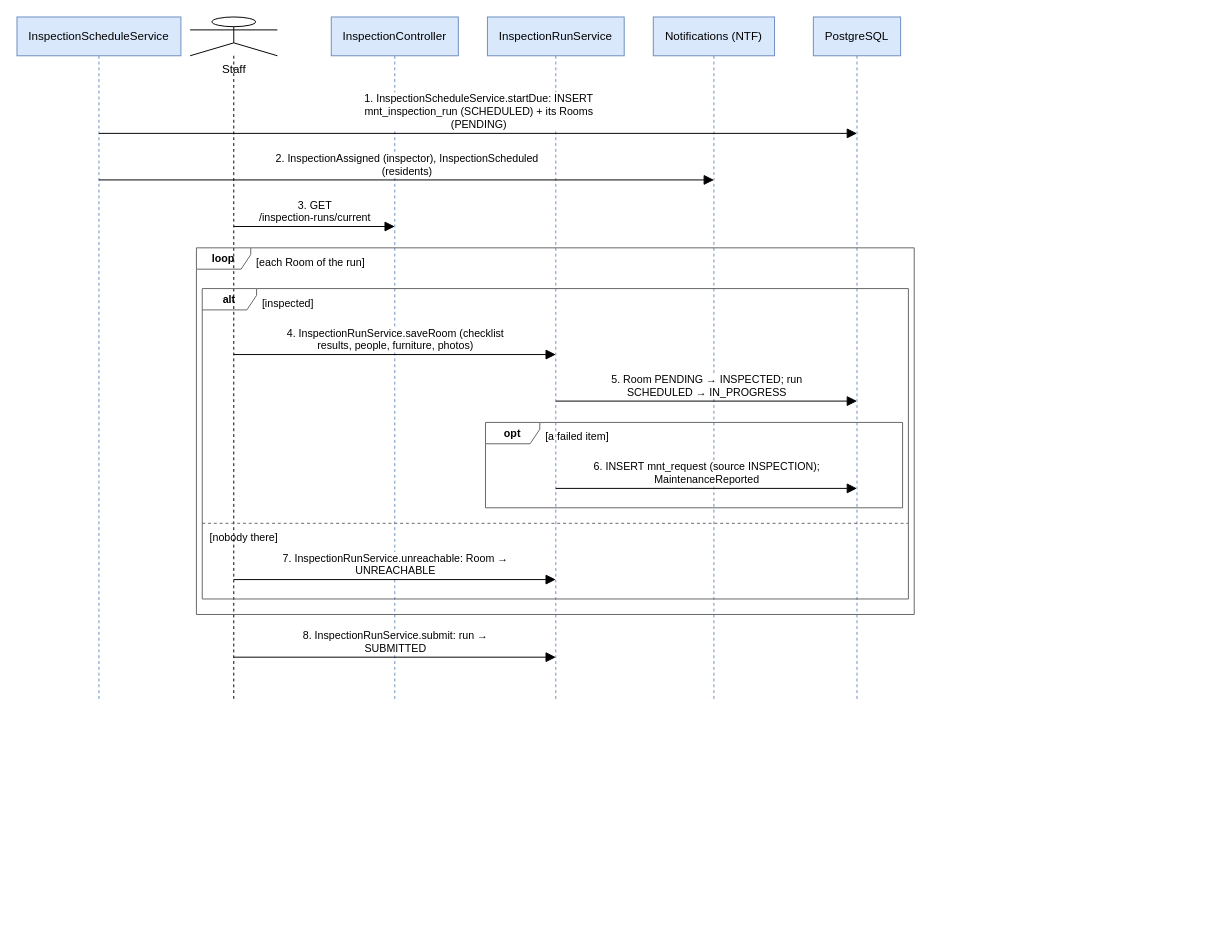
The draw.io diagram docs/Diagrams/07_Sequence/seq-10-inspection-run.drawio in tisou47/CampusStay-FPT, before the edit. Source tidied: cells renumbered, new cells numbered last; positions are measured from the earlier drawing's top-left corner, leaving out a move shared by most shapes. Both pictures are drawn from the tidied source at 97%, with x=0, y=0 at pixel (16, 16).
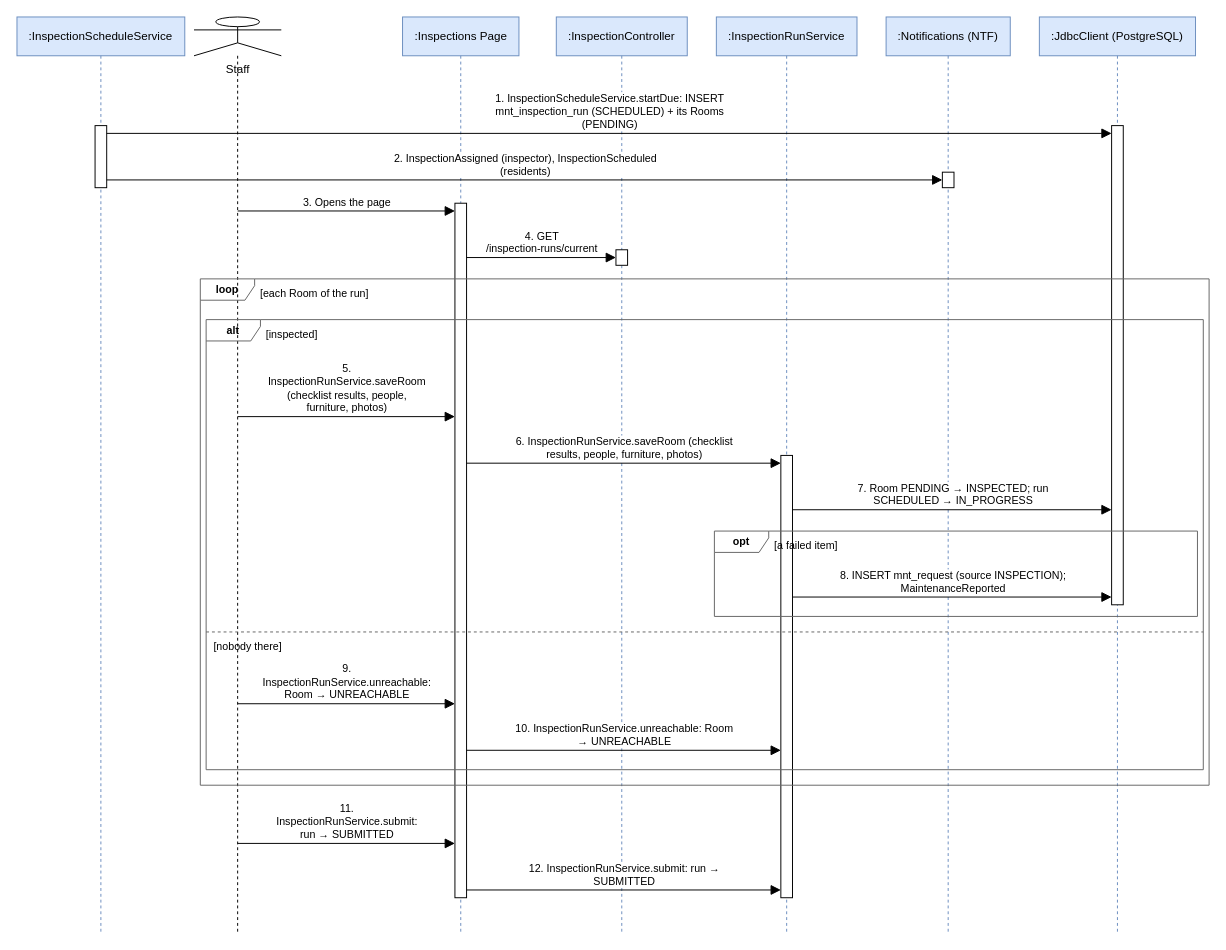
The same page after the edit.

Diff of the diagram source:
```diff
@@
-    <mxCell id="2" value="InspectionScheduleService" style="shape=umlLifeline;perimeter=lifelinePerimeter;size=40;html=1;whiteSpace=wrap;fontSize=12;fontFamily=Helvetica;fillColor=#dae8fc;strokeColor=#6c8ebf;" parent="1" vertex="1">
-      <mxGeometry width="169" height="704" as="geometry" />
+    <mxCell id="2" value=":InspectionScheduleService" style="shape=umlLifeline;perimeter=lifelinePerimeter;size=40;html=1;whiteSpace=wrap;fontSize=12;fontFamily=Helvetica;fillColor=#dae8fc;strokeColor=#6c8ebf;" parent="1" vertex="1">
+      <mxGeometry width="173" height="944" as="geometry" />
     </mxCell>
     <mxCell id="3" value="Staff" style="shape=umlLifeline;participant=umlActor;perimeter=lifelinePerimeter;size=40;verticalAlign=top;spacingTop=40;html=1;whiteSpace=wrap;fontSize=12;fontFamily=Helvetica;" parent="1" vertex="1">
-      <mxGeometry x="178.5" width="90" height="704" as="geometry" />
+      <mxGeometry x="182.5" width="90" height="944" as="geometry" />
     </mxCell>
+    <mxCell id="24" value=":Inspections Page" style="shape=umlLifeline;perimeter=lifelinePerimeter;size=40;html=1;whiteSpace=wrap;fontSize=12;fontFamily=Helvetica;fillColor=#dae8fc;strokeColor=#6c8ebf;" parent="1" vertex="1">
+      <mxGeometry x="397.5" width="120" height="944" as="geometry" />
+    </mxCell>
-    <mxCell id="4" value="InspectionController" style="shape=umlLifeline;perimeter=lifelinePerimeter;size=40;html=1;whiteSpace=wrap;fontSize=12;fontFamily=Helvetica;fillColor=#dae8fc;strokeColor=#6c8ebf;" parent="1" vertex="1">
-      <mxGeometry x="324" width="131" height="704" as="geometry" />
+    <mxCell id="4" value=":InspectionController" style="shape=umlLifeline;perimeter=lifelinePerimeter;size=40;html=1;whiteSpace=wrap;fontSize=12;fontFamily=Helvetica;fillColor=#dae8fc;strokeColor=#6c8ebf;" parent="1" vertex="1">
+      <mxGeometry x="556" width="135" height="944" as="geometry" />
     </mxCell>
-    <mxCell id="5" value="InspectionRunService" style="shape=umlLifeline;perimeter=lifelinePerimeter;size=40;html=1;whiteSpace=wrap;fontSize=12;fontFamily=Helvetica;fillColor=#dae8fc;strokeColor=#6c8ebf;" parent="1" vertex="1">
-      <mxGeometry x="485" width="141" height="704" as="geometry" />
+    <mxCell id="5" value=":InspectionRunService" style="shape=umlLifeline;perimeter=lifelinePerimeter;size=40;html=1;whiteSpace=wrap;fontSize=12;fontFamily=Helvetica;fillColor=#dae8fc;strokeColor=#6c8ebf;" parent="1" vertex="1">
+      <mxGeometry x="721" width="145" height="944" as="geometry" />
     </mxCell>
-    <mxCell id="6" value="Notifications (NTF)" style="shape=umlLifeline;perimeter=lifelinePerimeter;size=40;html=1;whiteSpace=wrap;fontSize=12;fontFamily=Helvetica;fillColor=#dae8fc;strokeColor=#6c8ebf;" parent="1" vertex="1">
-      <mxGeometry x="656" width="125" height="704" as="geometry" />
+    <mxCell id="6" value=":Notifications (NTF)" style="shape=umlLifeline;perimeter=lifelinePerimeter;size=40;html=1;whiteSpace=wrap;fontSize=12;fontFamily=Helvetica;fillColor=#dae8fc;strokeColor=#6c8ebf;" parent="1" vertex="1">
+      <mxGeometry x="896" width="128" height="944" as="geometry" />
     </mxCell>
-    <mxCell id="7" value="PostgreSQL" style="shape=umlLifeline;perimeter=lifelinePerimeter;size=40;html=1;whiteSpace=wrap;fontSize=12;fontFamily=Helvetica;fillColor=#dae8fc;strokeColor=#6c8ebf;" parent="1" vertex="1">
-      <mxGeometry x="821" width="90" height="704" as="geometry" />
+    <mxCell id="7" value=":JdbcClient (PostgreSQL)" style="shape=umlLifeline;perimeter=lifelinePerimeter;size=40;html=1;whiteSpace=wrap;fontSize=12;fontFamily=Helvetica;fillColor=#dae8fc;strokeColor=#6c8ebf;" parent="1" vertex="1">
+      <mxGeometry x="1054" width="161" height="944" as="geometry" />
     </mxCell>
-    <mxCell id="8" value="1. InspectionScheduleService.startDue: INSERT&lt;br&gt;mnt_inspection_run (SCHEDULED) + its Rooms&lt;br&gt;(PENDING)" style="html=1;rounded=1;fontSize=11;fontFamily=Helvetica;labelBackgroundColor=#ffffff;verticalAlign=bottom;endArrow=block;endFill=1;endSize=8;" parent="1" edge="1">
-      <mxGeometry relative="1" as="geometry">
-        <mxPoint x="84.5" y="120" as="sourcePoint" />
-        <mxPoint x="866" y="120" as="targetPoint" />
-      </mxGeometry>
+    <mxCell id="8" style="rounded=0;whiteSpace=wrap;html=1;fillColor=#FFFFFF;strokeColor=#000000;" parent="1" vertex="1">
+      <mxGeometry x="80.5" y="112" width="12" height="64" as="geometry" />
     </mxCell>
-    <mxCell id="9" value="2. InspectionAssigned (inspector), InspectionScheduled&lt;br&gt;(residents)" style="html=1;rounded=1;fontSize=11;fontFamily=Helvetica;labelBackgroundColor=#ffffff;verticalAlign=bottom;endArrow=block;endFill=1;endSize=8;" parent="1" edge="1">
-      <mxGeometry relative="1" as="geometry">
-        <mxPoint x="84.5" y="168" as="sourcePoint" />
-        <mxPoint x="718.5" y="168" as="targetPoint" />
-      </mxGeometry>
+    <mxCell id="9" style="rounded=0;whiteSpace=wrap;html=1;fillColor=#FFFFFF;strokeColor=#000000;" parent="1" vertex="1">
+      <mxGeometry x="1128.5" y="112" width="12" height="494" as="geometry" />
     </mxCell>
-    <mxCell id="10" value="3. GET&lt;br&gt;/inspection-runs/current" style="html=1;rounded=1;fontSize=11;fontFamily=Helvetica;labelBackgroundColor=#ffffff;verticalAlign=bottom;endArrow=block;endFill=1;endSize=8;" parent="1" edge="1">
-      <mxGeometry relative="1" as="geometry">
-        <mxPoint x="223.5" y="216" as="sourcePoint" />
-        <mxPoint x="389.5" y="216" as="targetPoint" />
-      </mxGeometry>
+    <mxCell id="10" style="rounded=0;whiteSpace=wrap;html=1;fillColor=#FFFFFF;strokeColor=#000000;" parent="1" vertex="1">
+      <mxGeometry x="954" y="160" width="12" height="16" as="geometry" />
     </mxCell>
-    <mxCell id="11" value="4. InspectionRunService.saveRoom (checklist&lt;br&gt;results, people, furniture, photos)" style="html=1;rounded=1;fontSize=11;fontFamily=Helvetica;labelBackgroundColor=#ffffff;verticalAlign=bottom;endArrow=block;endFill=1;endSize=8;" parent="1" edge="1">
-      <mxGeometry relative="1" as="geometry">
-        <mxPoint x="223.5" y="348" as="sourcePoint" />
-        <mxPoint x="555.5" y="348" as="targetPoint" />
-      </mxGeometry>
+    <mxCell id="11" style="rounded=0;whiteSpace=wrap;html=1;fillColor=#FFFFFF;strokeColor=#000000;" parent="1" vertex="1">
+      <mxGeometry x="451.5" y="192" width="12" height="716" as="geometry" />
     </mxCell>
-    <mxCell id="12" value="5. Room PENDING → INSPECTED; run&lt;br&gt;SCHEDULED → IN_PROGRESS" style="html=1;rounded=1;fontSize=11;fontFamily=Helvetica;labelBackgroundColor=#ffffff;verticalAlign=bottom;endArrow=block;endFill=1;endSize=8;" parent="1" edge="1">
-      <mxGeometry relative="1" as="geometry">
-        <mxPoint x="555.5" y="396" as="sourcePoint" />
-        <mxPoint x="866" y="396" as="targetPoint" />
-      </mxGeometry>
+    <mxCell id="12" style="rounded=0;whiteSpace=wrap;html=1;fillColor=#FFFFFF;strokeColor=#000000;" parent="1" vertex="1">
+      <mxGeometry x="617.5" y="240" width="12" height="16" as="geometry" />
     </mxCell>
-    <mxCell id="13" value="6. INSERT mnt_request (source INSPECTION);&lt;br&gt;MaintenanceReported" style="html=1;rounded=1;fontSize=11;fontFamily=Helvetica;labelBackgroundColor=#ffffff;verticalAlign=bottom;endArrow=block;endFill=1;endSize=8;" parent="1" edge="1">
-      <mxGeometry relative="1" as="geometry">
-        <mxPoint x="555.5" y="486" as="sourcePoint" />
-        <mxPoint x="866" y="486" as="targetPoint" />
-      </mxGeometry>
+    <mxCell id="13" style="rounded=0;whiteSpace=wrap;html=1;fillColor=#FFFFFF;strokeColor=#000000;" parent="1" vertex="1">
+      <mxGeometry x="787.5" y="452" width="12" height="456" as="geometry" />
     </mxCell>
-    <mxCell id="14" value="opt" style="shape=umlFrame;whiteSpace=wrap;html=1;width=56;height=22;fontSize=11;fontStyle=1;fillColor=none;strokeColor=#666666;" parent="1" vertex="1">
-      <mxGeometry x="483" y="418" width="430" height="88" as="geometry" />
+    <mxCell id="14" value="1. InspectionScheduleService.startDue: INSERT&lt;br&gt;mnt_inspection_run (SCHEDULED) + its Rooms&lt;br&gt;(PENDING)" style="html=1;rounded=1;fontSize=11;fontFamily=Helvetica;labelBackgroundColor=#ffffff;verticalAlign=bottom;endArrow=block;endFill=1;endSize=8;" parent="1" edge="1">
+      <mxGeometry relative="1" as="geometry">
+        <mxPoint x="92.5" y="120" as="sourcePoint" />
+        <mxPoint x="1128.5" y="120" as="targetPoint" />
+      </mxGeometry>
     </mxCell>
-    <mxCell id="15" value="[a failed item]" style="text;html=1;whiteSpace=wrap;fontSize=12;fontFamily=Helvetica;align=left;verticalAlign=top;fillColor=none;strokeColor=none;fontSize=11;" parent="1" vertex="1">
-      <mxGeometry x="543" y="420" width="94.7" height="20" as="geometry" />
+    <mxCell id="15" value="2. InspectionAssigned (inspector), InspectionScheduled&lt;br&gt;(residents)" style="html=1;rounded=1;fontSize=11;fontFamily=Helvetica;labelBackgroundColor=#ffffff;verticalAlign=bottom;endArrow=block;endFill=1;endSize=8;" parent="1" edge="1">
+      <mxGeometry relative="1" as="geometry">
+        <mxPoint x="92.5" y="168" as="sourcePoint" />
+        <mxPoint x="954" y="168" as="targetPoint" />
+      </mxGeometry>
     </mxCell>
-    <mxCell id="16" value="7. InspectionRunService.unreachable: Room →&lt;br&gt;UNREACHABLE" style="html=1;rounded=1;fontSize=11;fontFamily=Helvetica;labelBackgroundColor=#ffffff;verticalAlign=bottom;endArrow=block;endFill=1;endSize=8;" parent="1" edge="1">
+    <mxCell id="16" value="3. Opens the page" style="html=1;rounded=1;fontSize=11;fontFamily=Helvetica;labelBackgroundColor=#ffffff;verticalAlign=bottom;endArrow=block;endFill=1;endSize=8;" parent="1" edge="1">
       <mxGeometry relative="1" as="geometry">
-        <mxPoint x="223.5" y="580" as="sourcePoint" />
-        <mxPoint x="555.5" y="580" as="targetPoint" />
+        <mxPoint x="227.5" y="200" as="sourcePoint" />
+        <mxPoint x="451.5" y="200" as="targetPoint" />
       </mxGeometry>
     </mxCell>
-    <mxCell id="17" value="alt" style="shape=umlFrame;whiteSpace=wrap;html=1;width=56;height=22;fontSize=11;fontStyle=1;fillColor=none;strokeColor=#666666;" parent="1" vertex="1">
-      <mxGeometry x="191" y="280" width="728" height="320" as="geometry" />
+    <mxCell id="17" value="4. GET&lt;br&gt;/inspection-runs/current" style="html=1;rounded=1;fontSize=11;fontFamily=Helvetica;labelBackgroundColor=#ffffff;verticalAlign=bottom;endArrow=block;endFill=1;endSize=8;" parent="1" edge="1">
+      <mxGeometry relative="1" as="geometry">
+        <mxPoint x="463.5" y="248" as="sourcePoint" />
+        <mxPoint x="617.5" y="248" as="targetPoint" />
+      </mxGeometry>
     </mxCell>
-    <mxCell id="18" value="[inspected]" style="text;html=1;whiteSpace=wrap;fontSize=12;fontFamily=Helvetica;align=left;verticalAlign=top;fillColor=none;strokeColor=none;fontSize=11;" parent="1" vertex="1">
-      <mxGeometry x="251" y="282" width="81.4" height="20" as="geometry" />
+    <mxCell id="18" value="5.&lt;br&gt;InspectionRunService.saveRoom&lt;br&gt;(checklist results, people,&lt;br&gt;furniture, photos)" style="html=1;rounded=1;fontSize=11;fontFamily=Helvetica;labelBackgroundColor=#ffffff;verticalAlign=bottom;endArrow=block;endFill=1;endSize=8;" parent="1" edge="1">
+      <mxGeometry relative="1" as="geometry">
+        <mxPoint x="227.5" y="412" as="sourcePoint" />
+        <mxPoint x="451.5" y="412" as="targetPoint" />
+      </mxGeometry>
     </mxCell>
-    <mxCell id="19" style="html=1;rounded=1;fontSize=11;fontFamily=Helvetica;labelBackgroundColor=#ffffff;endArrow=none;dashed=1;strokeColor=#666666;" parent="1" edge="1">
+    <mxCell id="19" value="6. InspectionRunService.saveRoom (checklist&lt;br&gt;results, people, furniture, photos)" style="html=1;rounded=1;fontSize=11;fontFamily=Helvetica;labelBackgroundColor=#ffffff;verticalAlign=bottom;endArrow=block;endFill=1;endSize=8;" parent="1" edge="1">
       <mxGeometry relative="1" as="geometry">
-        <mxPoint x="191" y="522" as="sourcePoint" />
-        <mxPoint x="919" y="522" as="targetPoint" />
+        <mxPoint x="463.5" y="460" as="sourcePoint" />
+        <mxPoint x="787.5" y="460" as="targetPoint" />
       </mxGeometry>
     </mxCell>
-    <mxCell id="20" value="[nobody there]" style="text;html=1;whiteSpace=wrap;fontSize=12;fontFamily=Helvetica;align=left;verticalAlign=top;fillColor=none;strokeColor=none;fontSize=11;" parent="1" vertex="1">
-      <mxGeometry x="197" y="524" width="100.1" height="20" as="geometry" />
+    <mxCell id="20" value="7. Room PENDING → INSPECTED; run&lt;br&gt;SCHEDULED → IN_PROGRESS" style="html=1;rounded=1;fontSize=11;fontFamily=Helvetica;labelBackgroundColor=#ffffff;verticalAlign=bottom;endArrow=block;endFill=1;endSize=8;" parent="1" edge="1">
+      <mxGeometry relative="1" as="geometry">
+        <mxPoint x="799.5" y="508" as="sourcePoint" />
+        <mxPoint x="1128.5" y="508" as="targetPoint" />
+      </mxGeometry>
     </mxCell>
-    <mxCell id="21" value="loop" style="shape=umlFrame;whiteSpace=wrap;html=1;width=56;height=22;fontSize=11;fontStyle=1;fillColor=none;strokeColor=#666666;" parent="1" vertex="1">
-      <mxGeometry x="185" y="238" width="740" height="378" as="geometry" />
+    <mxCell id="21" value="8. INSERT mnt_request (source INSPECTION);&lt;br&gt;MaintenanceReported" style="html=1;rounded=1;fontSize=11;fontFamily=Helvetica;labelBackgroundColor=#ffffff;verticalAlign=bottom;endArrow=block;endFill=1;endSize=8;" parent="1" edge="1">
+      <mxGeometry relative="1" as="geometry">
+        <mxPoint x="799.5" y="598" as="sourcePoint" />
+        <mxPoint x="1128.5" y="598" as="targetPoint" />
+      </mxGeometry>
     </mxCell>
-    <mxCell id="22" value="[each Room of the run]" style="text;html=1;whiteSpace=wrap;fontSize=12;fontFamily=Helvetica;align=left;verticalAlign=top;fillColor=none;strokeColor=none;fontSize=11;" parent="1" vertex="1">
-      <mxGeometry x="245" y="240" width="145.4" height="20" as="geometry" />
+    <mxCell id="22" value="opt" style="shape=umlFrame;whiteSpace=wrap;html=1;width=56;height=22;fontSize=11;fontStyle=1;fillColor=none;strokeColor=#666666;" parent="1" vertex="1">
+      <mxGeometry x="719" y="530" width="498" height="88" as="geometry" />
     </mxCell>
-    <mxCell id="23" value="8. InspectionRunService.submit: run →&lt;br&gt;SUBMITTED" style="html=1;rounded=1;fontSize=11;fontFamily=Helvetica;labelBackgroundColor=#ffffff;verticalAlign=bottom;endArrow=block;endFill=1;endSize=8;" parent="1" edge="1">
-      <mxGeometry relative="1" as="geometry">
-        <mxPoint x="223.5" y="660" as="sourcePoint" />
-        <mxPoint x="555.5" y="660" as="targetPoint" />
-      </mxGeometry>
+    <mxCell id="23" value="[a failed item]" style="text;html=1;whiteSpace=wrap;fontSize=12;fontFamily=Helvetica;align=left;verticalAlign=top;fillColor=none;strokeColor=none;fontSize=11;" parent="1" vertex="1">
+      <mxGeometry x="779" y="532" width="94.7" height="20" as="geometry" />
     </mxCell>
+    <mxCell id="25" value="9.&lt;br&gt;InspectionRunService.unreachable:&lt;br&gt;Room → UNREACHABLE" style="html=1;rounded=1;fontSize=11;fontFamily=Helvetica;labelBackgroundColor=#ffffff;verticalAlign=bottom;endArrow=block;endFill=1;endSize=8;" parent="1" edge="1">
+      <mxGeometry relative="1" as="geometry">
+        <mxPoint x="227.5" y="708" as="sourcePoint" />
+        <mxPoint x="451.5" y="708" as="targetPoint" />
+      </mxGeometry>
+    </mxCell>
+    <mxCell id="26" value="10. InspectionRunService.unreachable: Room&lt;br&gt;→ UNREACHABLE" style="html=1;rounded=1;fontSize=11;fontFamily=Helvetica;labelBackgroundColor=#ffffff;verticalAlign=bottom;endArrow=block;endFill=1;endSize=8;" parent="1" edge="1">
+      <mxGeometry relative="1" as="geometry">
+        <mxPoint x="463.5" y="756" as="sourcePoint" />
+        <mxPoint x="787.5" y="756" as="targetPoint" />
+      </mxGeometry>
+    </mxCell>
+    <mxCell id="27" value="alt" style="shape=umlFrame;whiteSpace=wrap;html=1;width=56;height=22;fontSize=11;fontStyle=1;fillColor=none;strokeColor=#666666;" parent="1" vertex="1">
+      <mxGeometry x="195" y="312" width="1028" height="464" as="geometry" />
+    </mxCell>
+    <mxCell id="28" value="[inspected]" style="text;html=1;whiteSpace=wrap;fontSize=12;fontFamily=Helvetica;align=left;verticalAlign=top;fillColor=none;strokeColor=none;fontSize=11;" parent="1" vertex="1">
+      <mxGeometry x="255" y="314" width="81.4" height="20" as="geometry" />
+    </mxCell>
+    <mxCell id="29" style="html=1;rounded=1;fontSize=11;fontFamily=Helvetica;labelBackgroundColor=#ffffff;endArrow=none;dashed=1;strokeColor=#666666;" parent="1" edge="1">
+      <mxGeometry relative="1" as="geometry">
+        <mxPoint x="195" y="634" as="sourcePoint" />
+        <mxPoint x="1223" y="634" as="targetPoint" />
+      </mxGeometry>
+    </mxCell>
+    <mxCell id="30" value="[nobody there]" style="text;html=1;whiteSpace=wrap;fontSize=12;fontFamily=Helvetica;align=left;verticalAlign=top;fillColor=none;strokeColor=none;fontSize=11;" parent="1" vertex="1">
+      <mxGeometry x="201" y="636" width="100.1" height="20" as="geometry" />
+    </mxCell>
+    <mxCell id="31" value="loop" style="shape=umlFrame;whiteSpace=wrap;html=1;width=56;height=22;fontSize=11;fontStyle=1;fillColor=none;strokeColor=#666666;" parent="1" vertex="1">
+      <mxGeometry x="189" y="270" width="1040" height="522" as="geometry" />
+    </mxCell>
+    <mxCell id="32" value="[each Room of the run]" style="text;html=1;whiteSpace=wrap;fontSize=12;fontFamily=Helvetica;align=left;verticalAlign=top;fillColor=none;strokeColor=none;fontSize=11;" parent="1" vertex="1">
+      <mxGeometry x="249" y="272" width="145.4" height="20" as="geometry" />
+    </mxCell>
+    <mxCell id="33" value="11.&lt;br&gt;InspectionRunService.submit:&lt;br&gt;run → SUBMITTED" style="html=1;rounded=1;fontSize=11;fontFamily=Helvetica;labelBackgroundColor=#ffffff;verticalAlign=bottom;endArrow=block;endFill=1;endSize=8;" parent="1" edge="1">
+      <mxGeometry relative="1" as="geometry">
+        <mxPoint x="227.5" y="852" as="sourcePoint" />
+        <mxPoint x="451.5" y="852" as="targetPoint" />
+      </mxGeometry>
+    </mxCell>
+    <mxCell id="34" value="12. InspectionRunService.submit: run →&lt;br&gt;SUBMITTED" style="html=1;rounded=1;fontSize=11;fontFamily=Helvetica;labelBackgroundColor=#ffffff;verticalAlign=bottom;endArrow=block;endFill=1;endSize=8;" parent="1" edge="1">
+      <mxGeometry relative="1" as="geometry">
+        <mxPoint x="463.5" y="900" as="sourcePoint" />
+        <mxPoint x="787.5" y="900" as="targetPoint" />
+      </mxGeometry>
+    </mxCell>
```
